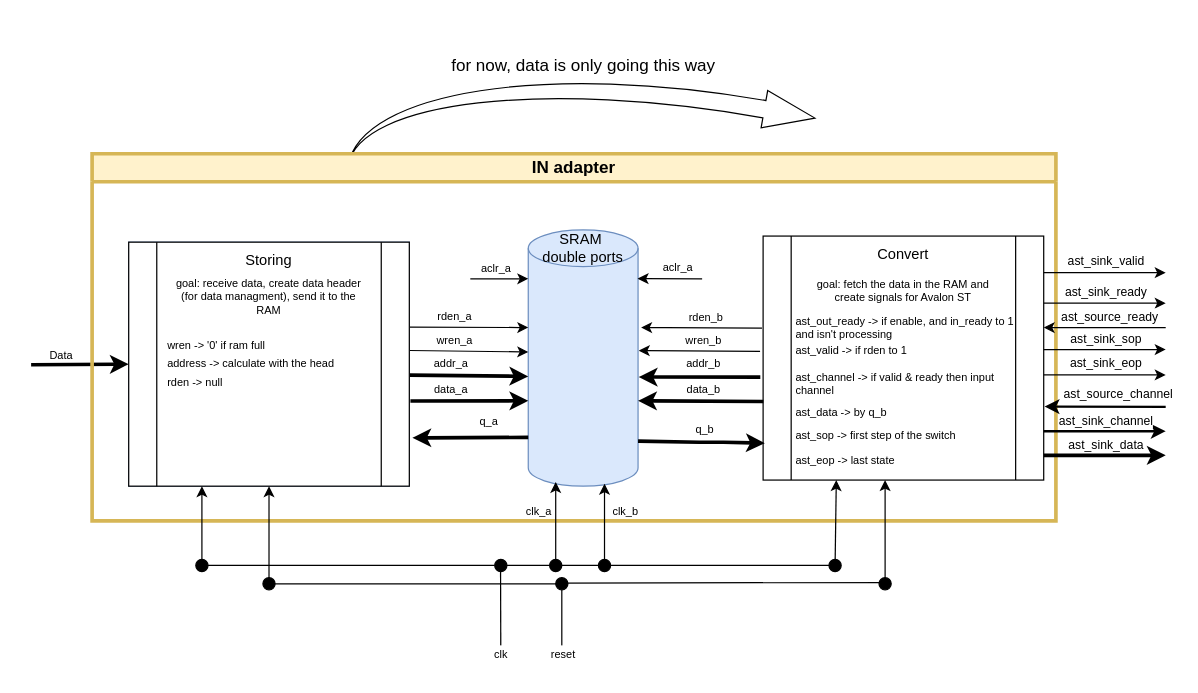
This is FIL_application/flowcharts/in_module_flow.drawio from camilleherrmann/FPGA_In_the_Loop_cycloneV, a draw.io file, before an edit. Source tidied: cells renumbered, new cells numbered last; positions are measured from the earlier drawing's top-left corner, leaving out a move shared by most shapes. Both pictures are drawn from the tidied source at 122%, with x=0, y=0 at pixel (30, 46).
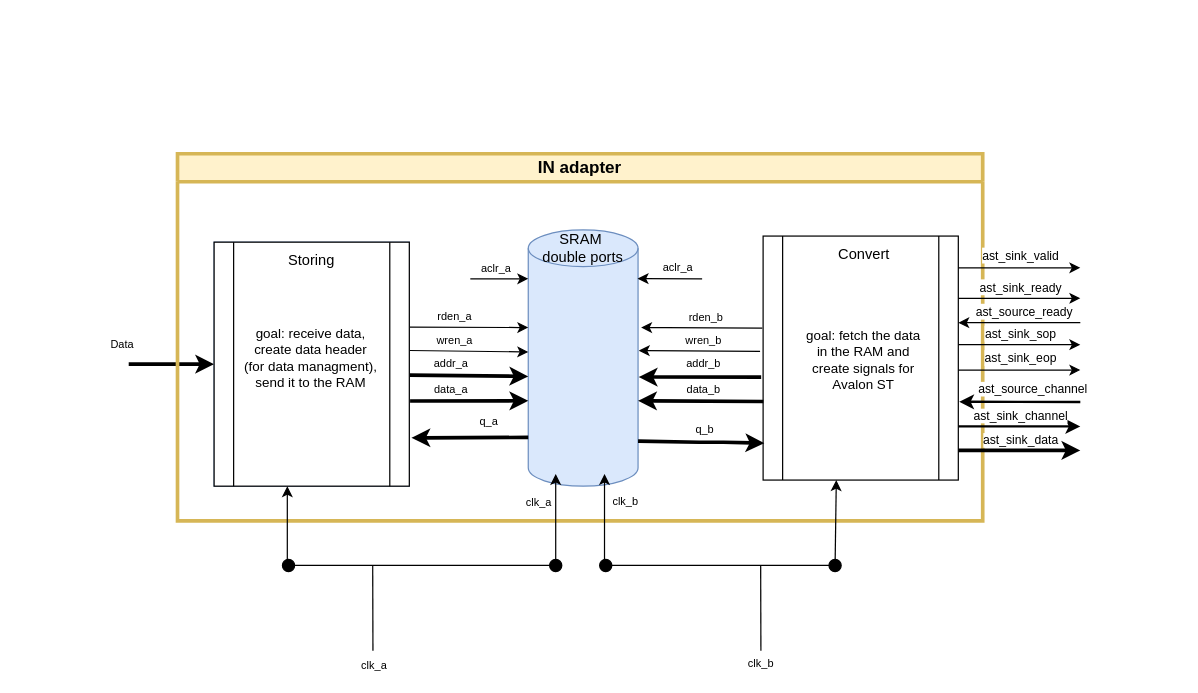
The same diagram, later.

Unchanged cells that the change refers to:
```xml
<mxCell id="78" style="ellipse;whiteSpace=wrap;html=1;fontSize=10;fillColor=#000000;" parent="1" vertex="1">
  <mxGeometry x="425" y="420" width="10" height="10" as="geometry" />
</mxCell>
```

Diff of the diagram source:
```diff
@@
-    <mxCell id="16" style="endArrow=classic;html=1;rounded=0;strokeWidth=3;fontSize=9;entryX=0;entryY=0.5;entryDx=0;entryDy=0;exitX=0;exitY=0.75;exitDx=0;exitDy=0;" parent="1" edge="1" source="17" target="19">
-      <mxGeometry relative="1" as="geometry" />
+    <mxCell id="16" style="endArrow=classic;html=1;rounded=0;strokeWidth=3;fontSize=9;entryX=0;entryY=0.5;entryDx=0;entryDy=0;" parent="1" edge="1" target="19">
+      <mxGeometry relative="1" as="geometry">
+        <mxPoint x="80" y="260" as="sourcePoint" />
+      </mxGeometry>
     </mxCell>
     <mxCell id="17" value="Data" style="text;html=1;strokeColor=none;fillColor=none;align=center;verticalAlign=middle;whiteSpace=wrap;rounded=0;fontSize=9;" parent="1" vertex="1">
-      <mxGeometry y="238" width="50" height="30" as="geometry" />
+      <mxGeometry x="50" y="228.8" width="50" height="30" as="geometry" />
     </mxCell>
     <mxCell id="18" style="group;fillColor=#dae8fc;strokeColor=#6c8ebf;" parent="1" vertex="1">
-      <mxGeometry x="80" y="160" width="230" height="200" as="geometry" />
+      <mxGeometry x="150" y="160" width="160" height="200" as="geometry" />
     </mxCell>
     <mxCell id="19" style="shape=process;whiteSpace=wrap;html=1;backgroundOutline=1;fontSize=9;" parent="18" vertex="1">
-      <mxGeometry width="230" height="200" as="geometry" />
+      <mxGeometry width="160" height="200" as="geometry" />
     </mxCell>
     <mxCell id="20" value="Storing" style="text;html=1;strokeColor=none;fillColor=none;align=center;verticalAlign=middle;whiteSpace=wrap;rounded=0;" parent="18" vertex="1">
-      <mxGeometry x="50" width="130" height="30" as="geometry" />
+      <mxGeometry x="34.8" width="90.4" height="30" as="geometry" />
     </mxCell>
-    <mxCell id="21" value="goal: receive data, create data header (for data managment), send it to the RAM" style="text;html=1;strokeColor=none;fillColor=none;align=center;verticalAlign=middle;whiteSpace=wrap;rounded=0;fontSize=9;" parent="18" vertex="1">
-      <mxGeometry x="35" y="30" width="160" height="30" as="geometry" />
+    <mxCell id="21" value="&lt;font style=&quot;font-size: 11px;&quot;&gt;goal: receive data, create data header (for data managment), send it to the RAM&lt;/font&gt;" style="text;html=1;strokeColor=none;fillColor=none;align=center;verticalAlign=middle;whiteSpace=wrap;rounded=0;fontSize=9;" parent="18" vertex="1">
+      <mxGeometry x="24.3" y="80" width="111.3" height="30" as="geometry" />
     </mxCell>
-    <mxCell id="22" value="wren -&amp;gt; '0' if ram full" style="text;html=1;strokeColor=none;fillColor=none;align=left;verticalAlign=middle;whiteSpace=wrap;rounded=0;fontSize=9;" parent="18" vertex="1">
-      <mxGeometry x="30" y="70" width="120" height="30" as="geometry" />
-    </mxCell>
-    <mxCell id="23" value="address -&amp;gt; calculate with the head" style="text;html=1;strokeColor=none;fillColor=none;align=left;verticalAlign=middle;whiteSpace=wrap;rounded=0;fontSize=9;" parent="18" vertex="1">
-      <mxGeometry x="30" y="85" width="160" height="30" as="geometry" />
-    </mxCell>
-    <mxCell id="24" value="rden -&amp;gt; null" style="text;html=1;strokeColor=none;fillColor=none;align=left;verticalAlign=middle;whiteSpace=wrap;rounded=0;fontSize=9;" parent="18" vertex="1">
-      <mxGeometry x="30" y="100" width="60" height="30" as="geometry" />
-    </mxCell>
     <mxCell id="25" style="shape=process;whiteSpace=wrap;html=1;backgroundOutline=1;fontSize=9;" parent="1" vertex="1">
-      <mxGeometry x="600" y="155" width="230" height="200" as="geometry" />
+      <mxGeometry x="600" y="155" width="160" height="200" as="geometry" />
     </mxCell>
@@
-    <mxCell id="38" value="Convert" style="text;html=1;strokeColor=none;fillColor=none;align=center;verticalAlign=middle;whiteSpace=wrap;rounded=0;" parent="1" vertex="1">
-      <mxGeometry x="650" y="155" width="130" height="30" as="geometry" />
-    </mxCell>
-    <mxCell id="39" value="goal: fetch the data in the RAM and create signals for Avalon ST" style="text;html=1;strokeColor=none;fillColor=none;align=center;verticalAlign=middle;whiteSpace=wrap;rounded=0;fontSize=9;" parent="1" vertex="1">
-      <mxGeometry x="635" y="185" width="160" height="30" as="geometry" />
-    </mxCell>
-    <mxCell id="40" value="ast_out_ready -&amp;gt; if enable, and in_ready to 1 and isn't processing" style="text;html=1;strokeColor=none;fillColor=none;align=left;verticalAlign=middle;whiteSpace=wrap;rounded=0;fontSize=9;" parent="1" vertex="1">
-      <mxGeometry x="625" y="215" width="190" height="30" as="geometry" />
-    </mxCell>
-    <mxCell id="41" value="ast_valid -&amp;gt; if rden to 1" style="text;html=1;strokeColor=none;fillColor=none;align=left;verticalAlign=middle;whiteSpace=wrap;rounded=0;fontSize=9;" parent="1" vertex="1">
-      <mxGeometry x="625" y="234" width="190" height="30" as="geometry" />
-    </mxCell>
-    <mxCell id="42" value="ast_eop -&amp;gt; last state" style="text;html=1;strokeColor=none;fillColor=none;align=left;verticalAlign=middle;whiteSpace=wrap;rounded=0;fontSize=9;" parent="1" vertex="1">
-      <mxGeometry x="625" y="324" width="190" height="30" as="geometry" />
-    </mxCell>
-    <mxCell id="43" value="ast_data -&amp;gt; by q_b" style="text;html=1;strokeColor=none;fillColor=none;align=left;verticalAlign=middle;whiteSpace=wrap;rounded=0;fontSize=9;" parent="1" vertex="1">
-      <mxGeometry x="625" y="285" width="190" height="30" as="geometry" />
-    </mxCell>
-    <mxCell id="44" style="html=1;shadow=0;dashed=0;align=center;verticalAlign=middle;shape=mxgraph.arrows2.jumpInArrow;dy=7.17;dx=42;arrowHead=31;fontSize=9;rotation=10;" parent="1" vertex="1">
-      <mxGeometry x="267.5" y="10" width="370" height="120" as="geometry" />
-    </mxCell>
-    <mxCell id="45" value="&lt;font style=&quot;font-size: 14px;&quot;&gt;for now, data is only going this way&lt;/font&gt;" style="text;html=1;strokeColor=none;fillColor=none;align=center;verticalAlign=middle;whiteSpace=wrap;rounded=0;fontSize=9;" parent="1" vertex="1">
-      <mxGeometry x="327.5" width="250" height="30" as="geometry" />
-    </mxCell>
     <mxCell id="46" value="IN adapter" style="swimlane;whiteSpace=wrap;html=1;fontSize=14;fillColor=#fff2cc;strokeColor=#d6b656;strokeWidth=3;" parent="1" vertex="1">
-      <mxGeometry x="50" y="87.5" width="790" height="301" as="geometry" />
+      <mxGeometry x="120" y="87.5" width="660" height="301" as="geometry" />
     </mxCell>
     <mxCell id="47" style="endArrow=classic;html=1;rounded=0;" parent="46" edge="1">
       <mxGeometry relative="1" as="geometry">
-        <mxPoint x="380" y="342.5" as="sourcePoint" />
-        <mxPoint x="380" y="269" as="targetPoint" />
+        <mxPoint x="310" y="336" as="sourcePoint" />
+        <mxPoint x="310" y="262.5" as="targetPoint" />
       </mxGeometry>
     </mxCell>
@@
-    <mxCell id="49" style="endArrow=classic;html=1;rounded=0;" parent="46" edge="1">
-      <mxGeometry relative="1" as="geometry">
-        <mxPoint x="420" y="342.5" as="sourcePoint" />
-        <mxPoint x="420" y="270.5" as="targetPoint" />
-      </mxGeometry>
-    </mxCell>
-    <mxCell id="50" value="&lt;font style=&quot;font-size: 9px;&quot;&gt;clk_b&lt;/font&gt;" style="edgeLabel;html=1;align=center;verticalAlign=middle;" parent="49" vertex="1">
-      <mxGeometry x="-0.39" y="1" relative="1" as="geometry">
-        <mxPoint x="17" y="-29" as="offset" />
-      </mxGeometry>
-    </mxCell>
@@
-    <mxCell id="52" value="ast_channel -&amp;gt; if valid &amp;amp; ready then input channel" style="text;html=1;strokeColor=none;fillColor=none;align=left;verticalAlign=middle;whiteSpace=wrap;rounded=0;fontSize=9;" parent="46" vertex="1">
-      <mxGeometry x="575" y="173.5" width="190" height="30" as="geometry" />
-    </mxCell>
-    <mxCell id="53" value="ast_sop -&amp;gt; first step of the switch" style="text;html=1;strokeColor=none;fillColor=none;align=left;verticalAlign=middle;whiteSpace=wrap;rounded=0;fontSize=9;" parent="46" vertex="1">
-      <mxGeometry x="575" y="216.5" width="190" height="30" as="geometry" />
-    </mxCell>
+    <mxCell id="39" value="&lt;font style=&quot;font-size: 11px;&quot;&gt;goal: fetch the data in the RAM and create signals for Avalon ST&lt;/font&gt;" style="text;html=1;strokeColor=none;fillColor=none;align=center;verticalAlign=middle;whiteSpace=wrap;rounded=0;fontSize=9;" parent="46" vertex="1">
+      <mxGeometry x="510" y="154.5" width="105" height="30" as="geometry" />
+    </mxCell>
+    <mxCell id="38" value="Convert" style="text;html=1;strokeColor=none;fillColor=none;align=center;verticalAlign=middle;whiteSpace=wrap;rounded=0;" parent="46" vertex="1">
+      <mxGeometry x="497.5" y="67.5" width="130" height="30" as="geometry" />
+    </mxCell>
-    <mxCell id="54" style="endArrow=classic;html=1;rounded=0;strokeWidth=1;fontSize=14;" parent="1" edge="1">
+    <mxCell id="54" style="endArrow=classic;html=1;rounded=0;strokeWidth=1;fontSize=14;" parent="46" edge="1">
       <mxGeometry relative="1" as="geometry">
-        <mxPoint x="830" y="185" as="sourcePoint" />
-        <mxPoint x="930" y="185" as="targetPoint" />
+        <mxPoint x="640" y="93.5" as="sourcePoint" />
+        <mxPoint x="740" y="93.5" as="targetPoint" />
       </mxGeometry>
     </mxCell>
-    <mxCell id="55" value="&lt;font size=&quot;1&quot;&gt;ast_sink_valid&lt;/font&gt;" style="edgeLabel;html=1;align=center;verticalAlign=middle;" parent="1" vertex="1">
-      <mxGeometry x="880" y="174" as="geometry" />
+    <mxCell id="55" value="&lt;font size=&quot;1&quot;&gt;ast_sink_valid&lt;/font&gt;" style="edgeLabel;html=1;align=center;verticalAlign=middle;" parent="46" vertex="1">
+      <mxGeometry x="690" y="82.5" as="geometry" />
     </mxCell>
-    <mxCell id="56" style="endArrow=classic;html=1;rounded=0;strokeWidth=1;fontSize=14;" parent="1" edge="1">
+    <mxCell id="56" style="endArrow=classic;html=1;rounded=0;strokeWidth=1;fontSize=14;" parent="46" edge="1">
       <mxGeometry relative="1" as="geometry">
-        <mxPoint x="830" y="210" as="sourcePoint" />
-        <mxPoint x="930" y="210" as="targetPoint" />
+        <mxPoint x="640" y="118.5" as="sourcePoint" />
+        <mxPoint x="740" y="118.5" as="targetPoint" />
       </mxGeometry>
     </mxCell>
-    <mxCell id="57" value="&lt;font size=&quot;1&quot;&gt;ast_sink_ready&lt;/font&gt;" style="edgeLabel;html=1;align=center;verticalAlign=middle;" parent="1" vertex="1">
-      <mxGeometry x="880" y="200" as="geometry" />
+    <mxCell id="57" value="&lt;font size=&quot;1&quot;&gt;ast_sink_ready&lt;/font&gt;" style="edgeLabel;html=1;align=center;verticalAlign=middle;" parent="46" vertex="1">
+      <mxGeometry x="690" y="108.5" as="geometry" />
     </mxCell>
-    <mxCell id="58" style="endArrow=classic;html=1;rounded=0;strokeWidth=1;fontSize=14;" parent="1" edge="1">
+    <mxCell id="58" style="endArrow=classic;html=1;rounded=0;strokeWidth=1;fontSize=14;" parent="46" edge="1">
       <mxGeometry relative="1" as="geometry">
-        <mxPoint x="830" y="248" as="sourcePoint" />
-        <mxPoint x="930" y="248" as="targetPoint" />
+        <mxPoint x="640" y="156.5" as="sourcePoint" />
+        <mxPoint x="740" y="156.5" as="targetPoint" />
       </mxGeometry>
     </mxCell>
-    <mxCell id="59" value="&lt;font size=&quot;1&quot;&gt;ast_sink_sop&lt;/font&gt;" style="edgeLabel;html=1;align=center;verticalAlign=middle;" parent="1" vertex="1">
-      <mxGeometry x="880" y="238" as="geometry" />
+    <mxCell id="59" value="&lt;font size=&quot;1&quot;&gt;ast_sink_sop&lt;/font&gt;" style="edgeLabel;html=1;align=center;verticalAlign=middle;" parent="46" vertex="1">
+      <mxGeometry x="690" y="146.5" as="geometry" />
     </mxCell>
-    <mxCell id="60" style="endArrow=classic;html=1;rounded=0;strokeWidth=1;fontSize=14;" parent="1" edge="1">
+    <mxCell id="60" style="endArrow=classic;html=1;rounded=0;strokeWidth=1;fontSize=14;" parent="46" edge="1">
       <mxGeometry relative="1" as="geometry">
-        <mxPoint x="830" y="268.8" as="sourcePoint" />
-        <mxPoint x="930" y="268.8" as="targetPoint" />
+        <mxPoint x="640" y="177.3" as="sourcePoint" />
+        <mxPoint x="740" y="177.3" as="targetPoint" />
       </mxGeometry>
     </mxCell>
-    <mxCell id="61" value="&lt;font size=&quot;1&quot;&gt;ast_sink_eop&lt;/font&gt;" style="edgeLabel;html=1;align=center;verticalAlign=middle;" parent="1" vertex="1">
-      <mxGeometry x="880" y="258.8" as="geometry" />
+    <mxCell id="61" value="&lt;font size=&quot;1&quot;&gt;ast_sink_eop&lt;/font&gt;" style="edgeLabel;html=1;align=center;verticalAlign=middle;" parent="46" vertex="1">
+      <mxGeometry x="690" y="167.3" as="geometry" />
     </mxCell>
-    <mxCell id="62" style="endArrow=classic;html=1;rounded=0;strokeWidth=2;fontSize=10;" parent="1" edge="1">
+    <mxCell id="62" style="endArrow=classic;html=1;rounded=0;strokeWidth=2;fontSize=10;" parent="46" edge="1">
       <mxGeometry relative="1" as="geometry">
-        <mxPoint x="830" y="315" as="sourcePoint" />
-        <mxPoint x="930" y="315" as="targetPoint" />
+        <mxPoint x="640" y="223.5" as="sourcePoint" />
+        <mxPoint x="740" y="223.5" as="targetPoint" />
       </mxGeometry>
     </mxCell>
-    <mxCell id="63" value="&lt;font style=&quot;font-size: 10px;&quot;&gt;ast_sink_channel&lt;/font&gt;" style="edgeLabel;html=1;align=center;verticalAlign=middle;fontSize=10;" parent="1" vertex="1">
-      <mxGeometry x="880" y="305" as="geometry" />
+    <mxCell id="63" value="&lt;font style=&quot;font-size: 10px;&quot;&gt;ast_sink_channel&lt;/font&gt;" style="edgeLabel;html=1;align=center;verticalAlign=middle;fontSize=10;" parent="46" vertex="1">
+      <mxGeometry x="690" y="213.5" as="geometry" />
     </mxCell>
-    <mxCell id="64" style="endArrow=classic;html=1;rounded=0;strokeWidth=2;fontSize=10;entryX=1.003;entryY=0.634;entryDx=0;entryDy=0;entryPerimeter=0;" parent="1" edge="1">
+    <mxCell id="64" style="endArrow=classic;html=1;rounded=0;strokeWidth=2;fontSize=10;entryX=1.003;entryY=0.634;entryDx=0;entryDy=0;entryPerimeter=0;" parent="46" edge="1">
       <mxGeometry relative="1" as="geometry">
-        <mxPoint x="930" y="295" as="sourcePoint" />
-        <mxPoint x="830.7" y="294.8" as="targetPoint" />
+        <mxPoint x="740" y="203.5" as="sourcePoint" />
+        <mxPoint x="640.7" y="203.3" as="targetPoint" />
       </mxGeometry>
     </mxCell>
-    <mxCell id="65" value="&lt;font style=&quot;font-size: 10px;&quot;&gt;ast_source_channel&lt;/font&gt;" style="edgeLabel;html=1;align=center;verticalAlign=middle;fontSize=10;" parent="1" vertex="1">
-      <mxGeometry x="890" y="283" as="geometry" />
+    <mxCell id="65" value="&lt;font style=&quot;font-size: 10px;&quot;&gt;ast_source_channel&lt;/font&gt;" style="edgeLabel;html=1;align=center;verticalAlign=middle;fontSize=10;" parent="46" vertex="1">
+      <mxGeometry x="700" y="191.5" as="geometry" />
     </mxCell>
-    <mxCell id="66" style="endArrow=classic;html=1;rounded=0;strokeWidth=3;fontSize=10;" parent="1" edge="1">
+    <mxCell id="66" style="endArrow=classic;html=1;rounded=0;strokeWidth=3;fontSize=10;" parent="46" edge="1">
       <mxGeometry relative="1" as="geometry">
-        <mxPoint x="830" y="334.7" as="sourcePoint" />
-        <mxPoint x="930" y="334.7" as="targetPoint" />
+        <mxPoint x="640" y="243.2" as="sourcePoint" />
+        <mxPoint x="740" y="243.2" as="targetPoint" />
       </mxGeometry>
     </mxCell>
-    <mxCell id="67" value="&lt;font style=&quot;font-size: 10px;&quot;&gt;ast_sink_data&lt;/font&gt;" style="edgeLabel;html=1;align=center;verticalAlign=middle;fontSize=10;" parent="1" vertex="1">
-      <mxGeometry x="880" y="325" as="geometry" />
+    <mxCell id="67" value="&lt;font style=&quot;font-size: 10px;&quot;&gt;ast_sink_data&lt;/font&gt;" style="edgeLabel;html=1;align=center;verticalAlign=middle;fontSize=10;" parent="46" vertex="1">
+      <mxGeometry x="690" y="233.5" as="geometry" />
     </mxCell>
-    <mxCell id="68" style="endArrow=classic;html=1;rounded=0;strokeWidth=1;fontSize=14;" parent="1" edge="1">
+    <mxCell id="68" style="endArrow=classic;html=1;rounded=0;strokeWidth=1;fontSize=14;" parent="46" edge="1">
       <mxGeometry relative="1" as="geometry">
-        <mxPoint x="930" y="230" as="sourcePoint" />
-        <mxPoint x="830" y="230" as="targetPoint" />
+        <mxPoint x="740" y="138.5" as="sourcePoint" />
+        <mxPoint x="640" y="138.5" as="targetPoint" />
       </mxGeometry>
     </mxCell>
-    <mxCell id="69" value="&lt;font size=&quot;1&quot;&gt;ast_source_ready&lt;/font&gt;" style="edgeLabel;html=1;align=center;verticalAlign=middle;" parent="1" vertex="1">
-      <mxGeometry x="883" y="220" as="geometry" />
+    <mxCell id="69" value="&lt;font size=&quot;1&quot;&gt;ast_source_ready&lt;/font&gt;" style="edgeLabel;html=1;align=center;verticalAlign=middle;" parent="46" vertex="1">
+      <mxGeometry x="693" y="128.5" as="geometry" />
     </mxCell>
@@
     <mxCell id="72" style="endArrow=none;html=1;rounded=0;strokeWidth=1;fontSize=10;" parent="1" edge="1">
       <mxGeometry relative="1" as="geometry">
-        <mxPoint x="384.8" y="430" as="sourcePoint" />
-        <mxPoint x="385" y="500" as="targetPoint" />
+        <mxPoint x="280" y="425" as="sourcePoint" />
+        <mxPoint x="280.2" y="495" as="targetPoint" />
       </mxGeometry>
     </mxCell>
-    <mxCell id="73" value="&lt;font style=&quot;font-size: 9px;&quot;&gt;clk&lt;/font&gt;" style="edgeLabel;html=1;align=center;verticalAlign=middle;" parent="1" vertex="1">
-      <mxGeometry x="410" y="436" as="geometry">
-        <mxPoint x="-26" y="60" as="offset" />
-      </mxGeometry>
-    </mxCell>
-    <mxCell id="74" style="ellipse;whiteSpace=wrap;html=1;fontSize=10;fillColor=#000000;" parent="1" vertex="1">
-      <mxGeometry x="135" y="420" width="10" height="10" as="geometry" />
-    </mxCell>
-    <mxCell id="75" style="endArrow=none;html=1;rounded=0;strokeWidth=1;fontSize=10;" parent="1" edge="1" target="74">
-      <mxGeometry relative="1" as="geometry">
-        <mxPoint x="140" y="430" as="sourcePoint" />
-      </mxGeometry>
-    </mxCell>
-    <mxCell id="76" style="ellipse;whiteSpace=wrap;html=1;fontSize=10;fillColor=#000000;" parent="1" vertex="1">
-      <mxGeometry x="380" y="420" width="10" height="10" as="geometry" />
-    </mxCell>
-    <mxCell id="77" style="endArrow=none;html=1;rounded=0;strokeWidth=1;fontSize=10;startArrow=none;" parent="1" edge="1" source="74" target="76">
+    <mxCell id="77" style="endArrow=none;html=1;rounded=0;strokeWidth=1;fontSize=10;startArrow=none;entryX=1;entryY=0.5;entryDx=0;entryDy=0;" parent="1" edge="1" source="74" target="78">
       <mxGeometry relative="1" as="geometry" />
     </mxCell>
@@
-    <mxCell id="79" style="endArrow=none;html=1;rounded=0;strokeWidth=1;fontSize=10;startArrow=none;" parent="1" edge="1" source="76" target="78">
-      <mxGeometry relative="1" as="geometry" />
-    </mxCell>
     <mxCell id="80" style="ellipse;whiteSpace=wrap;html=1;fontSize=10;fillColor=#000000;" parent="1" vertex="1">
-      <mxGeometry x="465" y="420" width="10" height="10" as="geometry" />
+      <mxGeometry x="466" y="420" width="10" height="10" as="geometry" />
     </mxCell>
-    <mxCell id="81" style="endArrow=none;html=1;rounded=0;strokeWidth=1;fontSize=10;startArrow=none;" parent="1" edge="1" source="78" target="80">
-      <mxGeometry relative="1" as="geometry" />
-    </mxCell>
@@
-    <mxCell id="84" style="endArrow=none;html=1;rounded=0;strokeWidth=1;fontSize=10;startArrow=none;" parent="1" edge="1" source="86">
-      <mxGeometry relative="1" as="geometry">
-        <mxPoint x="435" y="494" as="targetPoint" />
-      </mxGeometry>
-    </mxCell>
-    <mxCell id="85" value="&lt;font style=&quot;font-size: 9px;&quot;&gt;reset&lt;/font&gt;" style="edgeLabel;html=1;align=center;verticalAlign=middle;" parent="1" vertex="1">
-      <mxGeometry x="461" y="436" as="geometry">
-        <mxPoint x="-26" y="60" as="offset" />
-      </mxGeometry>
-    </mxCell>
-    <mxCell id="86" style="ellipse;whiteSpace=wrap;html=1;fontSize=10;fillColor=#000000;" parent="1" vertex="1">
-      <mxGeometry x="430" y="435" width="10" height="10" as="geometry" />
-    </mxCell>
-    <mxCell id="87" style="endArrow=none;html=1;rounded=0;strokeWidth=1;fontSize=10;" parent="1" edge="1" target="86">
-      <mxGeometry relative="1" as="geometry">
-        <mxPoint x="435" y="436" as="sourcePoint" />
-      </mxGeometry>
-    </mxCell>
-    <mxCell id="88" style="endArrow=classic;html=1;rounded=0;strokeWidth=1;fontSize=10;" parent="1" edge="1">
-      <mxGeometry relative="1" as="geometry">
-        <mxPoint x="195" y="440" as="sourcePoint" />
-        <mxPoint x="195" y="360" as="targetPoint" />
-        <Array as="points">
-          <mxPoint x="195" y="419" />
-        </Array>
-      </mxGeometry>
-    </mxCell>
-    <mxCell id="89" style="endArrow=none;html=1;rounded=0;strokeWidth=1;fontSize=10;startArrow=none;" parent="1" edge="1">
-      <mxGeometry relative="1" as="geometry">
-        <mxPoint x="200" y="440" as="sourcePoint" />
-        <mxPoint x="435" y="440" as="targetPoint" />
-      </mxGeometry>
-    </mxCell>
-    <mxCell id="90" style="ellipse;whiteSpace=wrap;html=1;fontSize=10;fillColor=#000000;" parent="1" vertex="1">
-      <mxGeometry x="190" y="435" width="10" height="10" as="geometry" />
-    </mxCell>
-    <mxCell id="91" style="endArrow=classic;html=1;rounded=0;strokeWidth=1;fontSize=10;exitX=0.5;exitY=0;exitDx=0;exitDy=0;" parent="1" edge="1" source="93">
-      <mxGeometry relative="1" as="geometry">
-        <mxPoint x="700" y="355" as="targetPoint" />
-        <Array as="points">
-          <mxPoint x="700" y="414" />
-        </Array>
-      </mxGeometry>
-    </mxCell>
-    <mxCell id="92" style="endArrow=none;html=1;rounded=0;strokeWidth=1;fontSize=10;startArrow=none;" parent="1" edge="1">
-      <mxGeometry relative="1" as="geometry">
-        <mxPoint x="435" y="439.4" as="sourcePoint" />
-        <mxPoint x="700" y="439" as="targetPoint" />
-      </mxGeometry>
-    </mxCell>
-    <mxCell id="93" style="ellipse;whiteSpace=wrap;html=1;fontSize=10;fillColor=#000000;" parent="1" vertex="1">
-      <mxGeometry x="695" y="435" width="10" height="10" as="geometry" />
-    </mxCell>
+    <mxCell id="94" value="&lt;font style=&quot;font-size: 9px;&quot;&gt;clk_a&lt;/font&gt;" style="edgeLabel;html=1;align=center;verticalAlign=middle;" parent="1" vertex="1">
+      <mxGeometry x="425" y="388.9" as="geometry">
+        <mxPoint x="-145" y="117" as="offset" />
+      </mxGeometry>
+    </mxCell>
+    <mxCell id="95" style="endArrow=none;html=1;rounded=0;strokeWidth=1;fontSize=10;" parent="1" edge="1">
+      <mxGeometry relative="1" as="geometry">
+        <mxPoint x="598" y="425" as="sourcePoint" />
+        <mxPoint x="598.2" y="495" as="targetPoint" />
+      </mxGeometry>
+    </mxCell>
+    <mxCell id="96" value="&lt;font style=&quot;font-size: 9px;&quot;&gt;clk_b&lt;/font&gt;" style="edgeLabel;html=1;align=center;verticalAlign=middle;" parent="1" vertex="1">
+      <mxGeometry x="539" y="396" as="geometry">
+        <mxPoint x="58" y="108" as="offset" />
+      </mxGeometry>
+    </mxCell>
+    <mxCell id="74" style="ellipse;whiteSpace=wrap;html=1;fontSize=10;fillColor=#000000;" parent="1" vertex="1">
+      <mxGeometry x="206" y="420" width="10" height="10" as="geometry" />
+    </mxCell>
+    <mxCell id="97" style="endArrow=none;html=1;rounded=0;strokeWidth=1;fontSize=10;startArrow=none;entryX=1;entryY=0.5;entryDx=0;entryDy=0;" parent="1" edge="1" target="74">
+      <mxGeometry relative="1" as="geometry">
+        <mxPoint x="210" y="425" as="sourcePoint" />
+      </mxGeometry>
+    </mxCell>
+    <mxCell id="49" style="endArrow=classic;html=1;rounded=0;" parent="1" edge="1">
+      <mxGeometry relative="1" as="geometry">
+        <mxPoint x="470" y="422" as="sourcePoint" />
+        <mxPoint x="470" y="350" as="targetPoint" />
+      </mxGeometry>
+    </mxCell>
+    <mxCell id="50" value="&lt;font style=&quot;font-size: 9px;&quot;&gt;clk_b&lt;/font&gt;" style="edgeLabel;html=1;align=center;verticalAlign=middle;" parent="49" vertex="1">
+      <mxGeometry x="-0.39" y="1" relative="1" as="geometry">
+        <mxPoint x="17" y="-29" as="offset" />
+      </mxGeometry>
+    </mxCell>
```
